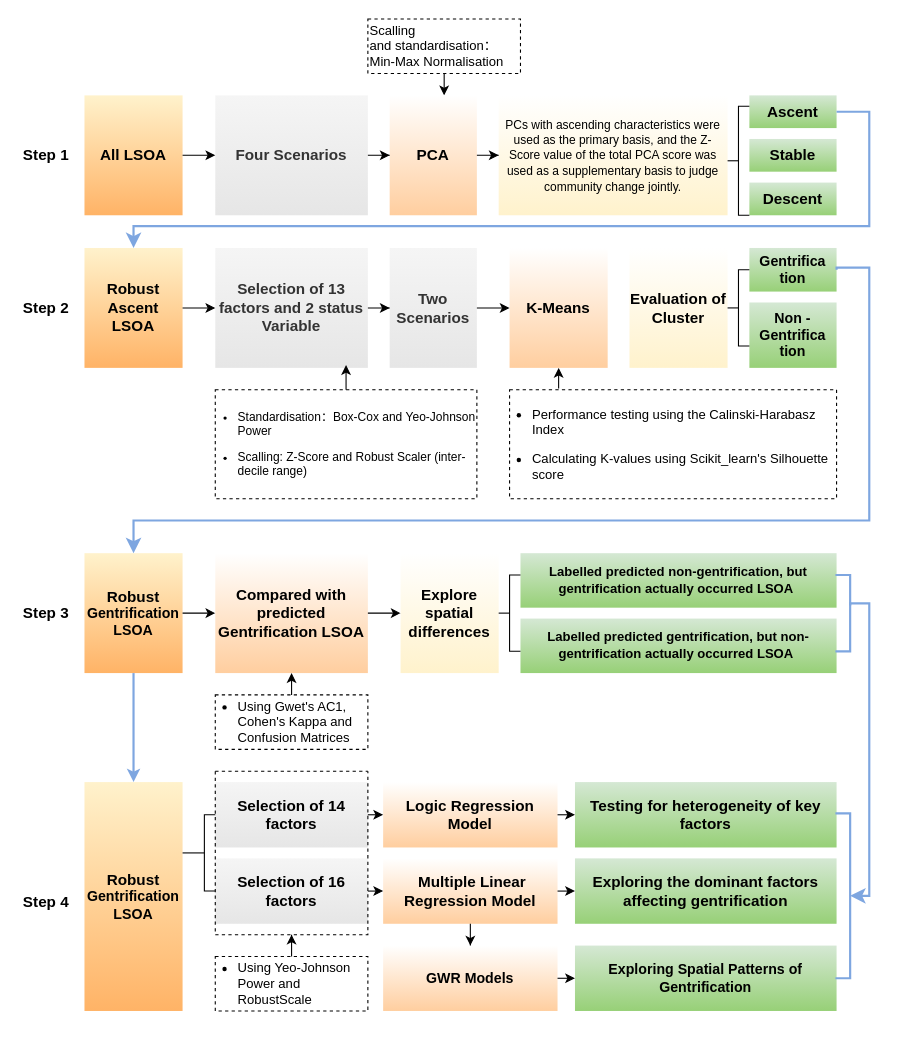
CindyZ123/DSSS keeps this draw.io diagram as Untitled Diagram.drawio. Above is the earlier version. Source tidied: cells renumbered, new cells numbered last; positions are measured from the earlier drawing's top-left corner, leaving out a move shared by most shapes. Both pictures are drawn from the tidied source at 109%, with x=0, y=0 at pixel (19, 19).
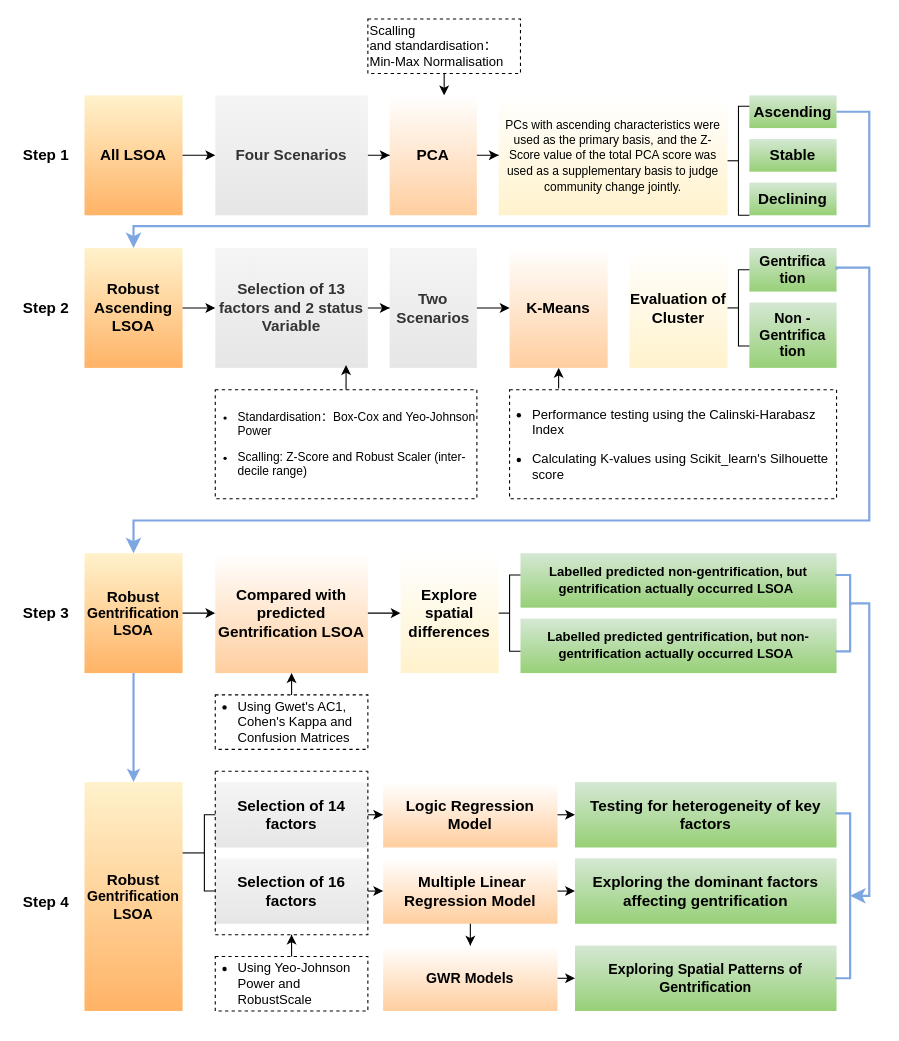
The same page after the edit.

Unchanged cells that the change refers to:
```xml
<mxCell id="2" style="group;" parent="1" vertex="1">
  <mxGeometry width="780" height="920" as="geometry" />
</mxCell>
```

Change to the diagram source:
```diff
@@
-    <mxCell id="17" value="&lt;span style=&quot;font-size: 14px;&quot;&gt;&lt;b&gt;Ascent&lt;/b&gt;&lt;/span&gt;" style="rounded=0;whiteSpace=wrap;html=1;fillColor=#D5E8D4;strokeColor=none;gradientColor=#97D077;" parent="2" vertex="1">
+    <mxCell id="17" value="&lt;span style=&quot;font-size: 14px;&quot;&gt;&lt;b&gt;Ascending&lt;/b&gt;&lt;/span&gt;" style="rounded=0;whiteSpace=wrap;html=1;fillColor=#D5E8D4;strokeColor=none;gradientColor=#97D077;" parent="2" vertex="1">
       <mxGeometry x="670" y="70" width="80" height="30" as="geometry" />
     </mxCell>
@@
-    <mxCell id="19" value="&lt;span style=&quot;font-size: 14px;&quot;&gt;&lt;b&gt;Descent&lt;/b&gt;&lt;/span&gt;" style="rounded=0;whiteSpace=wrap;html=1;fillColor=#D5E8D4;strokeColor=none;gradientColor=#97D077;" parent="2" vertex="1">
+    <mxCell id="19" value="&lt;span style=&quot;font-size: 14px;&quot;&gt;&lt;b&gt;Declining&lt;/b&gt;&lt;/span&gt;" style="rounded=0;whiteSpace=wrap;html=1;fillColor=#D5E8D4;strokeColor=none;gradientColor=#97D077;" parent="2" vertex="1">
       <mxGeometry x="670" y="150" width="80" height="30" as="geometry" />
     </mxCell>
@@
-    <mxCell id="21" value="&lt;font style=&quot;font-size: 14px;&quot;&gt;&lt;b&gt;Robust&lt;br&gt;Ascent LSOA&lt;/b&gt;&lt;/font&gt;" style="rounded=0;whiteSpace=wrap;html=1;fillColor=#fff2cc;strokeColor=none;gradientColor=#FFB366;" parent="2" vertex="1">
+    <mxCell id="21" value="&lt;font style=&quot;font-size: 14px;&quot;&gt;&lt;b&gt;Robust&lt;br&gt;Ascending LSOA&lt;/b&gt;&lt;/font&gt;" style="rounded=0;whiteSpace=wrap;html=1;fillColor=#fff2cc;strokeColor=none;gradientColor=#FFB366;" parent="2" vertex="1">
       <mxGeometry x="60" y="210" width="90" height="110" as="geometry" />
     </mxCell>
```
